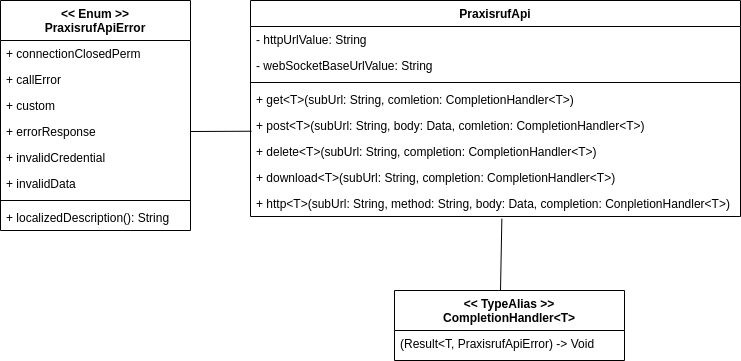
Above: src/graphics/diagramms/Class_PraxisrufAPI.png in jsvilling/IP6_Bachelorarbeit_Bericht_Cloudbasiertes_Praxisrufsystem (draw.io), before the change. Source tidied: cells renumbered, new cells last; positions are measured from the earlier drawing's top-left corner, leaving out a move shared by most shapes.
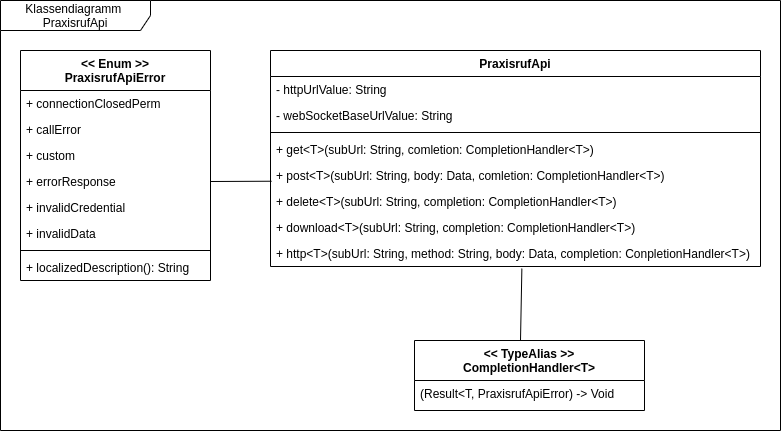
Above is the later version.

The edit, as a diff of the source:
```diff
@@ -70,5 +70,8 @@
     <mxCell id="23" style="endArrow=none;html=1;rounded=0;exitX=1;exitY=0.5;exitDx=0;exitDy=0;entryX=0.002;entryY=0.72;entryDx=0;entryDy=0;entryPerimeter=0;" parent="1" edge="1" source="17" target="9">
       <mxGeometry relative="1" as="geometry" />
     </mxCell>
+    <mxCell id="24" value="Klassendiagramm&amp;nbsp; PraxisrufApi" style="shape=umlFrame;whiteSpace=wrap;html=1;width=150;height=30;" parent="1" vertex="1">
+      <mxGeometry x="-20" y="-50" width="780" height="430" as="geometry" />
+    </mxCell>
   </root>
 </mxGraphModel>
```
